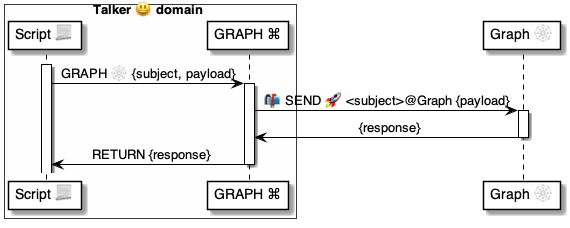
pollyweb-org/pollyweb-docs keeps this PlantUML diagram as 4 ⚙️ Solution/37 Scripts 📃/📃 Commands ⌘/⌘ for messages 📨/GRAPH 🕸/🕸 GRAPH ⚙️ uml.png. Above is the earlier version. Its source is kept beside it as 4 ⚙️ Solution/37 Scripts 📃/📃 Commands ⌘/⌘ for messages 📨/GRAPH 🕸/🕸 GRAPH ⚙️ uml.puml. Source of this version:
```plantuml
@startuml VERIFY Schema 🧩

box Talker 😃 domain #FFFFFA
    participant "Script 📃" as script
    participant "GRAPH ⌘" as verify
end box
participant "Graph 🕸" as graph


activate script
    script -> verify: GRAPH 🕸 {subject, payload}

activate verify

    verify -> graph: 📬 SEND 🚀 <subject>@Graph {payload}
    activate graph
        graph -> verify: {response}
    deactivate graph

    verify -> script: RETURN {response}

deactivate verify


@enduml
```
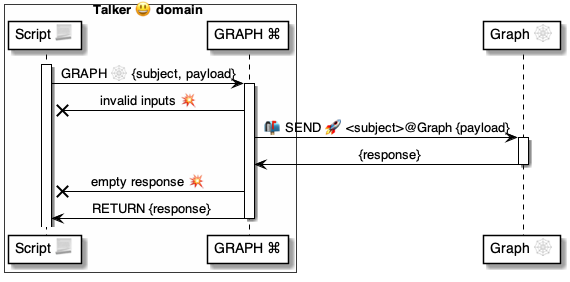
The same diagram one commit later.

The edit, as a diff of the source:
```diff
@@ -12,11 +12,14 @@
 
 activate verify
 
+    verify -x script: invalid inputs 💥
+
     verify -> graph: 📬 SEND 🚀 <subject>@Graph {payload}
     activate graph
         graph -> verify: {response}
     deactivate graph
 
+    verify -x script: empty response 💥
     verify -> script: RETURN {response}
 
 deactivate verify
```
